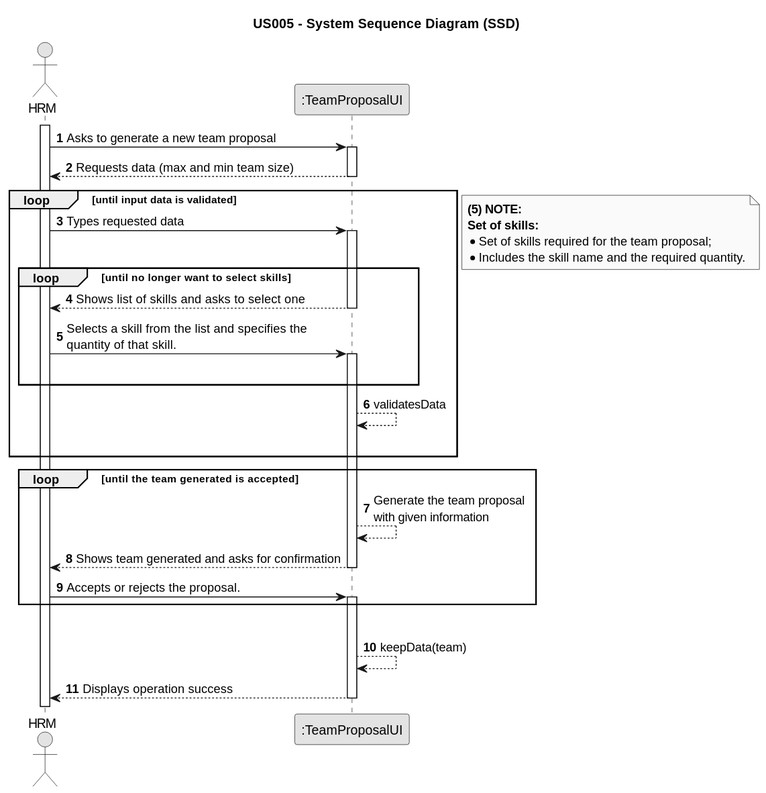
Before: docs/sprintB/us005/01.requirements-engineering/svg/us005-system-sequence-diagram.svg, a diagram exported from PlantUML (Rui-San/LAPR2_2023_2024).
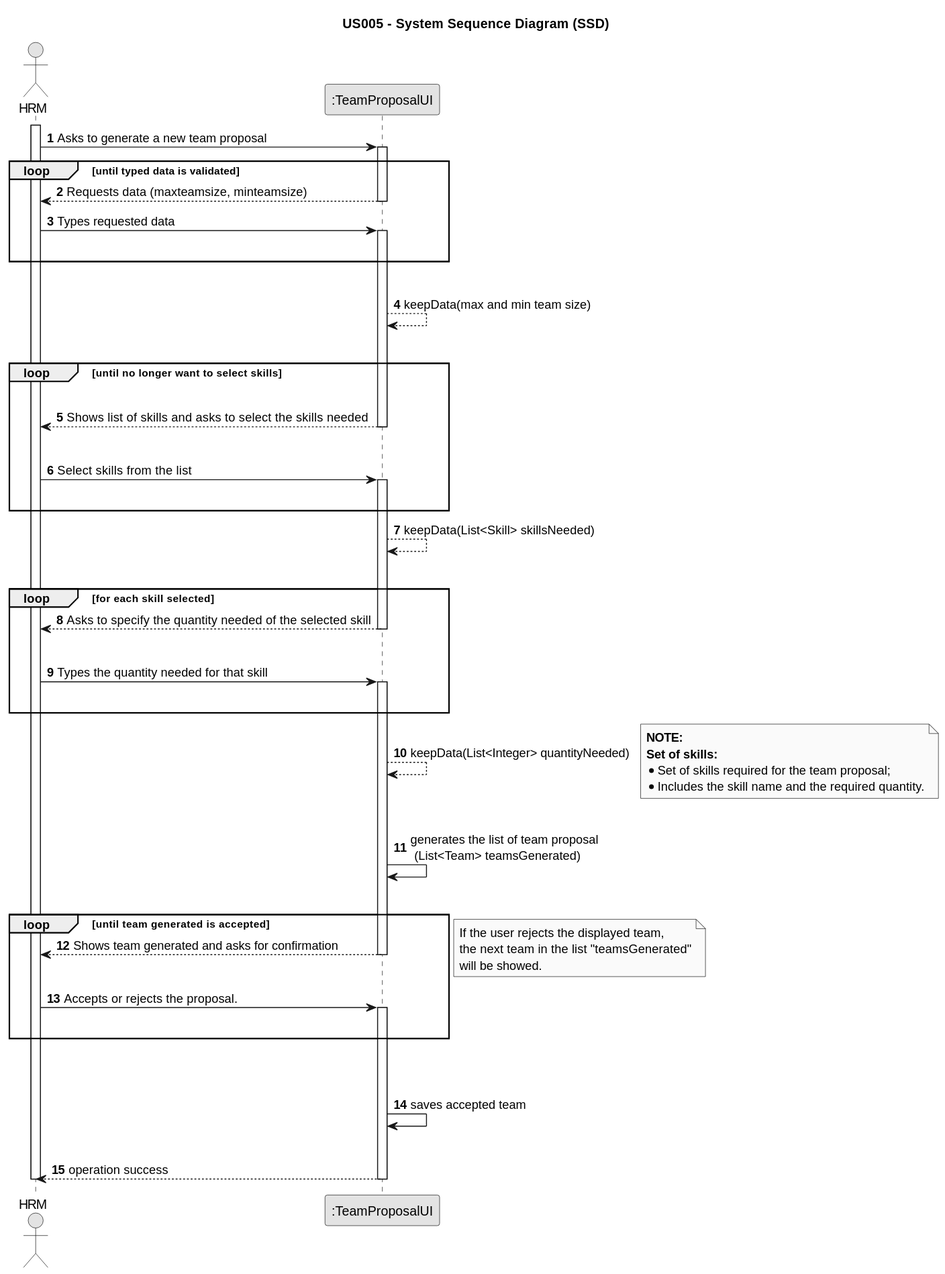
The same diagram one commit later.

Commit message:
US005 - Sequence Diagram - Fixed loop when choosing skills needed and quantity needed. Created new SSD with corrections. updated both svgs as well.

The edit, as a diff of the source:
```diff
@@ -7,62 +7,95 @@
 
 autonumber
 
-actor "HRM" as Employee
-participant ":TeamProposalUI" as System
+actor "HRM" as HRM
+participant ":TeamProposalUI" as UI
 
 
-activate Employee
 
-    Employee -> System : Asks to generate a new team proposal
-    activate System
 
-        System --> Employee : Requests data (max and min team size)
-    deactivate System
+activate HRM
 
-    loop until input data is validated
+    HRM -> UI : Asks to generate a new team proposal
+    activate UI
+    loop until typed data is validated
+        UI --> HRM : Requests data (maxteamsize, minteamsize)
+    deactivate UI
 
-    Employee -> System : Types requested data
+    HRM -> UI : Types requested data
 
     |||
+    activate UI
+    end loop
+    |||
+        UI --> UI : keepData(max and min team size)
+        |||
+
+
         loop until no longer want to select skills
-            activate System
+            |||
 
-                System --> Employee : Shows list of skills and asks to select one
-            deactivate System
+            UI --> HRM : Shows list of skills and asks to select the skills needed
+            |||
+    deactivate UI
 
-            Employee -> System : Selects a skill from the list and specifies the \nquantity of that skill.
-            activate System
+    HRM -> UI : Select skills from the list
+    activate UI
     |||
     end loop
 
-    System --> System : validatesData
-    |||
 
-        end loop
-
-        note right
-                **(5) NOTE:**
-                **Set of skills:**
-                *Set of skills required for the team proposal;
-                *Includes the skill name and the required quantity.
-        end note
-
-    loop until the team generated is accepted
-    System --> System: Generate the team proposal\nwith given information
+        UI --> UI : keepData(List<Skill> skillsNeeded)
 
 
-        System --> Employee : Shows team generated and asks for confirmation
+        |||
 
-    deactivate System
-    Employee -> System : Accepts or rejects the proposal.
-    activate System
-
-    end loop
-    |||
+        loop for each skill selected
 
 
-    activate System
-        System --> System : keepData(team)
-        System --> Employee : Displays operation success
-    deactivate System
+
+            UI --> HRM : Asks to specify the quantity needed of the selected skill
+            deactivate UI
+            |||
+            HRM -> UI : Types the quantity needed for that skill
+            activate UI
+            |||
+            end loop
+            UI --> UI : keepData(List<Integer> quantityNeeded)
+
+
+            note right
+            **NOTE:**
+            **Set of skills:**
+            *Set of skills required for the team proposal;
+            *Includes the skill name and the required quantity.
+            end note
+            |||
+            UI -> UI : generates the list of team proposal \n (List<Team> teamsGenerated)
+            |||
+
+
+            loop until team generated is accepted
+            UI --> HRM : Shows team generated and asks for confirmation
+            |||
+        deactivate UI
+        HRM -> UI : Accepts or rejects the proposal.
+        |||
+        activate UI
+            end
+            note right
+            If the user rejects the displayed team,
+            the next team in the list "teamsGenerated"
+            will be showed.
+            end note
+        |||
+        |||
+        UI -> UI : saves accepted team
+        |||
+
+            UI --> HRM : operation success
+        deactivate UI
+
+
+
+deactivate HRM
 @enduml
```
